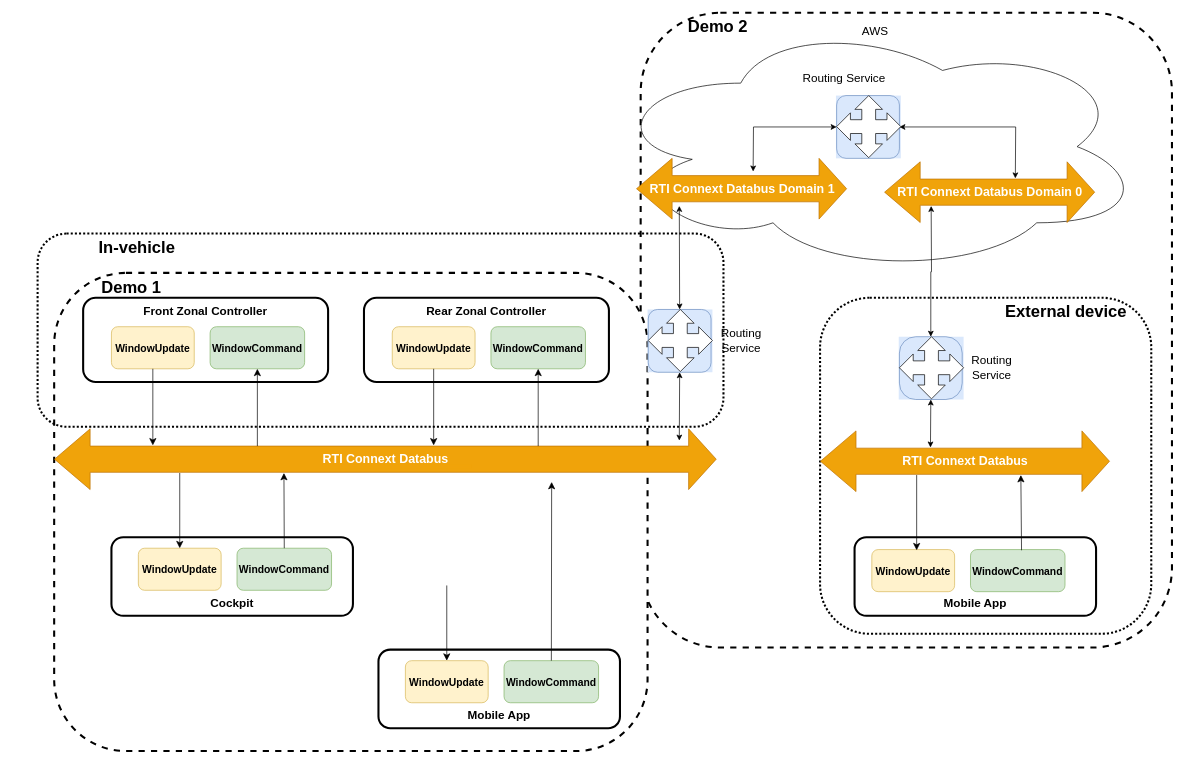
This is page "Full System" (1 of 3) of resource/system.drawio from rticommunity/rticonnextdds-automotive-reference-architecture, a draw.io file, before an edit. Source tidied: cells renumbered, new cells numbered last; positions are measured from the earlier drawing's top-left corner, leaving out a move shared by most shapes. Both pictures are drawn from the tidied source at 69%, with x=0, y=0 at pixel (37, 12).
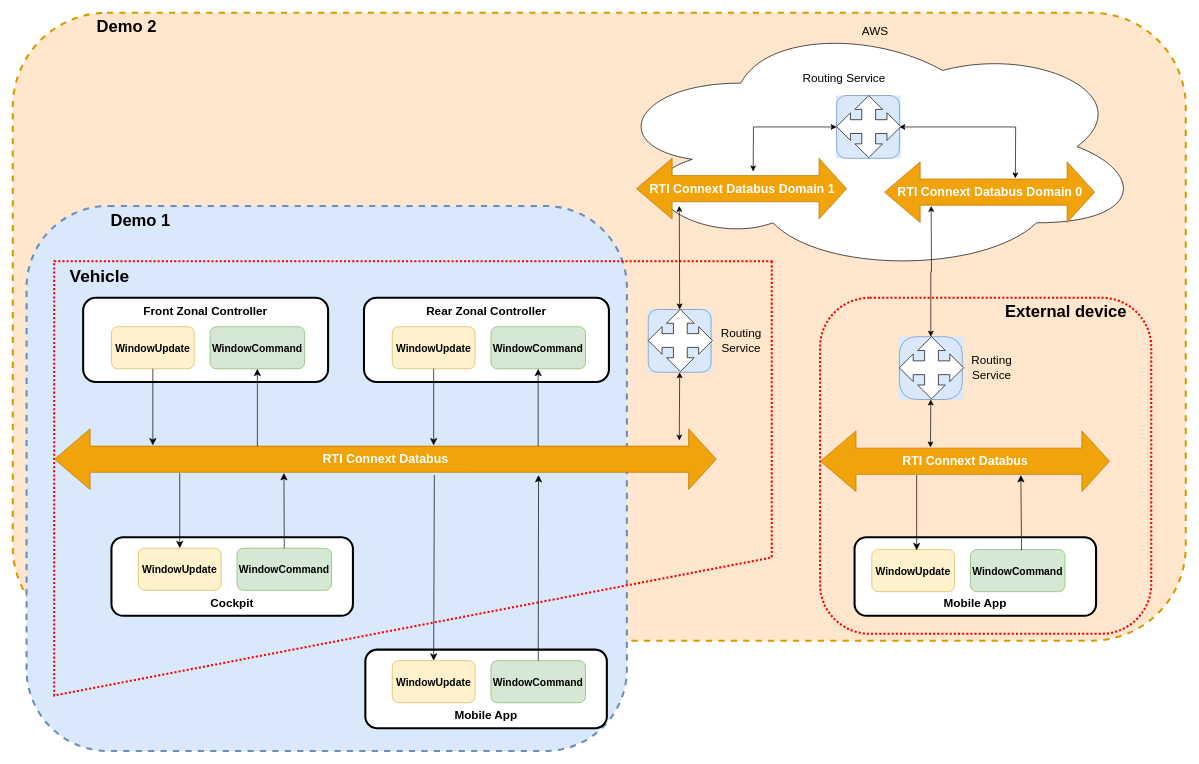
The same diagram, later.

What changed in the source:
```diff
@@
-    <mxCell id="2" value="&lt;font style=&quot;font-size: 24px;&quot;&gt;&lt;b&gt;&amp;nbsp; &amp;nbsp; &amp;nbsp; &amp;nbsp; &amp;nbsp; Demo 2&lt;/b&gt;&lt;/font&gt;" style="rounded=1;whiteSpace=wrap;html=1;fillColor=none;align=left;verticalAlign=top;strokeWidth=3;dashed=1;" parent="1" vertex="1">
-      <mxGeometry x="874" width="770" height="920" as="geometry" />
+    <mxCell id="2" value="&lt;font style=&quot;font-size: 24px;&quot;&gt;&lt;b&gt;&amp;nbsp; &amp;nbsp; &amp;nbsp; &amp;nbsp; &amp;nbsp; &amp;nbsp; &amp;nbsp; &amp;nbsp; &amp;nbsp; Demo 2&lt;/b&gt;&lt;/font&gt;" style="rounded=1;whiteSpace=wrap;html=1;fillColor=#ffe6cc;align=left;verticalAlign=top;strokeWidth=3;dashed=1;strokeColor=#d79b00;" parent="1" vertex="1">
+      <mxGeometry x="-36" width="1700" height="910" as="geometry" />
     </mxCell>
+    <mxCell id="5" value="&lt;font style=&quot;font-size: 24px;&quot;&gt;&lt;b&gt;&amp;nbsp; &amp;nbsp; &amp;nbsp; &amp;nbsp; &amp;nbsp; &amp;nbsp; &amp;nbsp; &amp;nbsp; &amp;nbsp; Demo 1&lt;/b&gt;&lt;/font&gt;" style="rounded=1;whiteSpace=wrap;html=1;fillColor=#dae8fc;align=left;verticalAlign=top;strokeWidth=3;dashed=1;strokeColor=#6c8ebf;" parent="1" vertex="1">
+      <mxGeometry x="-16" y="280" width="870" height="790" as="geometry" />
+    </mxCell>
+    <mxCell id="55" value="&amp;nbsp; &amp;nbsp;Vehicle" style="shape=manualInput;whiteSpace=wrap;html=1;direction=west;size=200;fillColor=none;verticalAlign=top;align=left;fontSize=25;fontStyle=1;strokeColor=#FF0000;dashed=1;dashPattern=1 1;strokeWidth=3;" parent="1" vertex="1">
+      <mxGeometry x="24" y="360" width="1040" height="629.5" as="geometry" />
+    </mxCell>
@@
-    <mxCell id="4" value="&lt;span style=&quot;font-size: 24px;&quot;&gt;&lt;b&gt;External device&amp;nbsp; &amp;nbsp; &amp;nbsp;&lt;/b&gt;&lt;/span&gt;" style="rounded=1;whiteSpace=wrap;html=1;fillColor=none;align=right;verticalAlign=top;strokeWidth=3;dashed=1;dashPattern=1 1;" parent="1" vertex="1">
+    <mxCell id="4" value="&lt;span style=&quot;font-size: 24px;&quot;&gt;&lt;b&gt;External device&amp;nbsp; &amp;nbsp; &amp;nbsp;&lt;/b&gt;&lt;/span&gt;" style="rounded=1;whiteSpace=wrap;html=1;fillColor=none;align=right;verticalAlign=top;strokeWidth=3;dashed=1;dashPattern=1 1;strokeColor=light-dark(#ff0000, #ededed);" parent="1" vertex="1">
       <mxGeometry x="1134" y="413" width="480" height="487" as="geometry" />
     </mxCell>
-    <mxCell id="5" value="&lt;font style=&quot;font-size: 24px;&quot;&gt;&lt;b&gt;&amp;nbsp; &amp;nbsp; &amp;nbsp; &amp;nbsp; &amp;nbsp; Demo 1&lt;/b&gt;&lt;/font&gt;" style="rounded=1;whiteSpace=wrap;html=1;fillColor=default;align=left;verticalAlign=top;strokeWidth=3;dashed=1;" parent="1" vertex="1">
-      <mxGeometry x="24" y="377" width="860" height="693" as="geometry" />
-    </mxCell>
@@
     <mxCell id="36" value="&lt;br&gt;&lt;br&gt;&lt;br&gt;&lt;div&gt;&lt;br&gt;&lt;/div&gt;&lt;b&gt;&lt;font style=&quot;font-size: 17px;&quot;&gt;&lt;br&gt;Mobile App&lt;/font&gt;&lt;/b&gt;" style="rounded=1;whiteSpace=wrap;html=1;strokeWidth=3;" parent="1" vertex="1">
-      <mxGeometry x="494" y="923" width="350" height="114" as="geometry" />
+      <mxGeometry x="475" y="923" width="350" height="114" as="geometry" />
     </mxCell>
     <mxCell id="37" value="&lt;b&gt;&lt;font style=&quot;font-size: 15px;&quot;&gt;WindowUpdate&lt;/font&gt;&lt;/b&gt;" style="rounded=1;whiteSpace=wrap;html=1;fillColor=#fff2cc;strokeColor=#d6b656;" parent="1" vertex="1">
-      <mxGeometry x="533" y="939" width="120" height="61" as="geometry" />
+      <mxGeometry x="514" y="939" width="120" height="61" as="geometry" />
     </mxCell>
     <mxCell id="38" value="&lt;b&gt;&lt;font style=&quot;font-size: 15px;&quot;&gt;WindowCommand&lt;/font&gt;&lt;/b&gt;" style="rounded=1;whiteSpace=wrap;html=1;fillColor=#d5e8d4;strokeColor=#82b366;" parent="1" vertex="1">
-      <mxGeometry x="676" y="939" width="137" height="61" as="geometry" />
+      <mxGeometry x="657" y="939" width="137" height="61" as="geometry" />
     </mxCell>
@@
-    <mxCell id="52" value="&lt;span style=&quot;font-size: 24px;&quot;&gt;&lt;b&gt;&amp;nbsp; &amp;nbsp; &amp;nbsp; &amp;nbsp; &amp;nbsp; &amp;nbsp; &amp;nbsp;In-vehicle&lt;/b&gt;&lt;/span&gt;" style="rounded=1;whiteSpace=wrap;html=1;fillColor=none;align=left;verticalAlign=top;strokeWidth=3;dashed=1;dashPattern=1 1;" parent="1" vertex="1">
-      <mxGeometry y="320" width="994" height="280" as="geometry" />
-    </mxCell>
     <mxCell id="53" style="endArrow=classic;html=1;rounded=0;fontSize=12;startSize=8;endSize=8;entryX=0.5;entryY=0;entryDx=0;entryDy=0;" parent="1" edge="1" target="37">
       <mxGeometry relative="1" as="geometry">
-        <mxPoint x="593" y="830" as="sourcePoint" />
+        <mxPoint x="575" y="670" as="sourcePoint" />
       </mxGeometry>
     </mxCell>
     <mxCell id="54" style="endArrow=classic;html=1;rounded=0;fontSize=12;startSize=8;endSize=8;" parent="1" edge="1" source="38">
       <mxGeometry relative="1" as="geometry">
-        <mxPoint x="745" y="680" as="targetPoint" />
+        <mxPoint x="726" y="670" as="targetPoint" />
       </mxGeometry>
     </mxCell>
```
